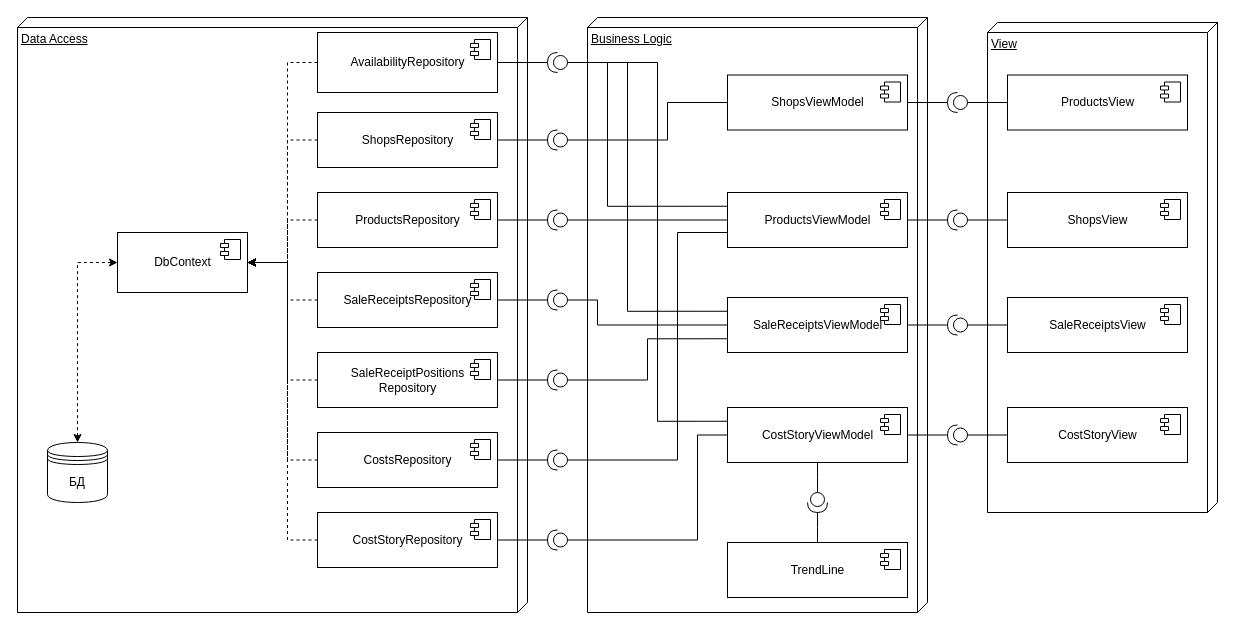
Above: docs/inc/img/Components.drawio in Yokud/DBCourseWork (draw.io), before the change. Source tidied: cells renumbered, new cells numbered last; positions are measured from the earlier drawing's top-left corner, leaving out a move shared by most shapes. Both pictures are drawn from the tidied source at 100%, with x=0, y=0 at pixel (17, 17).
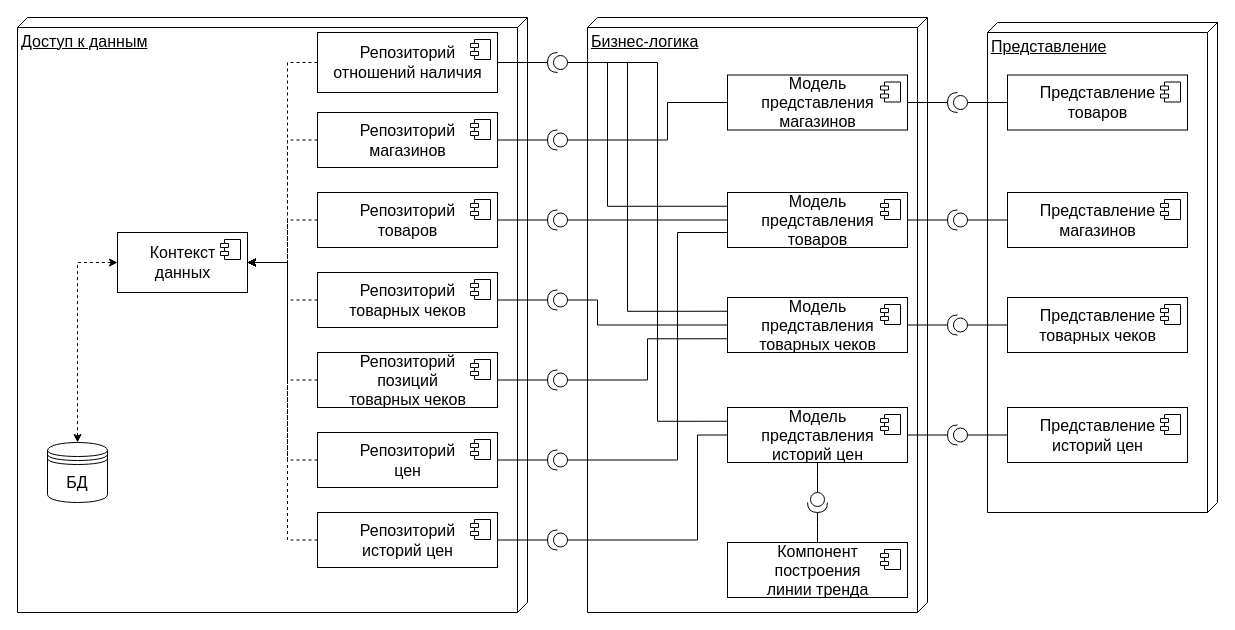
Above is the later version.

Diff of the diagram source:
```diff
@@
-    <mxCell id="2" value="Data Access" style="verticalAlign=top;align=left;spacingTop=8;spacingLeft=2;spacingRight=12;shape=cube;size=10;direction=south;fontStyle=4;html=1;" parent="1" vertex="1">
+    <mxCell id="2" value="&lt;font style=&quot;font-size: 16px;&quot;&gt;Доступ к данным&lt;/font&gt;" style="verticalAlign=top;align=left;spacingTop=8;spacingLeft=2;spacingRight=12;shape=cube;size=10;direction=south;fontStyle=4;html=1;" parent="1" vertex="1">
       <mxGeometry width="510" height="595" as="geometry" />
     </mxCell>
-    <mxCell id="3" value="Business Logic" style="verticalAlign=top;align=left;spacingTop=8;spacingLeft=2;spacingRight=12;shape=cube;size=10;direction=south;fontStyle=4;html=1;" parent="1" vertex="1">
+    <mxCell id="3" value="&lt;font style=&quot;font-size: 16px;&quot;&gt;Бизнес-логика&lt;/font&gt;" style="verticalAlign=top;align=left;spacingTop=8;spacingLeft=2;spacingRight=12;shape=cube;size=10;direction=south;fontStyle=4;html=1;" parent="1" vertex="1">
       <mxGeometry x="570" width="340" height="595" as="geometry" />
     </mxCell>
-    <mxCell id="4" value="View" style="verticalAlign=top;align=left;spacingTop=8;spacingLeft=2;spacingRight=12;shape=cube;size=10;direction=south;fontStyle=4;html=1;" parent="1" vertex="1">
+    <mxCell id="4" value="&lt;font style=&quot;font-size: 16px;&quot;&gt;Представление&lt;/font&gt;" style="verticalAlign=top;align=left;spacingTop=8;spacingLeft=2;spacingRight=12;shape=cube;size=10;direction=south;fontStyle=4;html=1;" parent="1" vertex="1">
       <mxGeometry x="970" y="5" width="230" height="490" as="geometry" />
     </mxCell>
@@
-    <mxCell id="6" value="БД" style="shape=datastore;whiteSpace=wrap;html=1;" parent="1" vertex="1">
+    <mxCell id="6" value="&lt;font style=&quot;font-size: 16px;&quot;&gt;БД&lt;/font&gt;" style="shape=datastore;whiteSpace=wrap;html=1;" parent="1" vertex="1">
       <mxGeometry x="30" y="425" width="60" height="60" as="geometry" />
     </mxCell>
@@
-    <mxCell id="12" value="DbContext" style="html=1;" parent="1" vertex="1">
+    <mxCell id="12" value="&lt;div style=&quot;&quot;&gt;&lt;span style=&quot;font-size: 16px; background-color: initial;&quot;&gt;Контекст&lt;/span&gt;&lt;/div&gt;&lt;div style=&quot;&quot;&gt;&lt;span style=&quot;font-size: 16px; background-color: initial;&quot;&gt;данных&lt;/span&gt;&lt;/div&gt;" style="html=1;align=center;" parent="1" vertex="1">
       <mxGeometry x="100" y="215" width="130" height="60" as="geometry" />
     </mxCell>
@@
-    <mxCell id="15" value="AvailabilityRepository" style="html=1;" parent="1" vertex="1">
+    <mxCell id="15" value="&lt;font style=&quot;font-size: 16px;&quot;&gt;Репозиторий&lt;br&gt;отношений наличия&lt;br&gt;&lt;/font&gt;" style="html=1;" parent="1" vertex="1">
       <mxGeometry x="300" y="15" width="180" height="60" as="geometry" />
     </mxCell>
@@
-    <mxCell id="18" value="ShopsRepository" style="html=1;" parent="1" vertex="1">
+    <mxCell id="18" value="&lt;font style=&quot;font-size: 16px;&quot;&gt;Репозиторий&lt;br&gt;магазинов&lt;/font&gt;" style="html=1;" parent="1" vertex="1">
       <mxGeometry x="300" y="95" width="180" height="55" as="geometry" />
     </mxCell>
@@
-    <mxCell id="21" value="SaleReceiptPositions&lt;br&gt;Repository" style="html=1;" parent="1" vertex="1">
+    <mxCell id="21" value="&lt;span style=&quot;font-size: 16px;&quot;&gt;Репозиторий&lt;br&gt;позиций &lt;br&gt;товарных чеков&lt;/span&gt;" style="html=1;" parent="1" vertex="1">
       <mxGeometry x="300" y="335" width="180" height="55" as="geometry" />
     </mxCell>
@@
-    <mxCell id="24" value="ProductsRepository" style="html=1;" parent="1" vertex="1">
+    <mxCell id="24" value="&lt;font style=&quot;font-size: 16px;&quot;&gt;Репозиторий&lt;br&gt;товаров&lt;br&gt;&lt;/font&gt;" style="html=1;" parent="1" vertex="1">
       <mxGeometry x="300" y="175" width="180" height="55" as="geometry" />
     </mxCell>
@@
-    <mxCell id="27" value="CostsRepository" style="html=1;" parent="1" vertex="1">
+    <mxCell id="27" value="&lt;font style=&quot;font-size: 16px;&quot;&gt;Репозиторий&lt;br&gt;цен&lt;br&gt;&lt;/font&gt;" style="html=1;" parent="1" vertex="1">
       <mxGeometry x="300" y="415" width="180" height="55" as="geometry" />
     </mxCell>
@@
-    <mxCell id="30" value="CostStoryRepository" style="html=1;" parent="1" vertex="1">
+    <mxCell id="30" value="&lt;font style=&quot;font-size: 16px;&quot;&gt;Репозиторий&lt;br&gt;историй цен&lt;br&gt;&lt;/font&gt;" style="html=1;" parent="1" vertex="1">
       <mxGeometry x="300" y="495" width="180" height="55" as="geometry" />
     </mxCell>
@@
-    <mxCell id="33" value="SaleReceiptsRepository" style="html=1;" parent="1" vertex="1">
+    <mxCell id="33" value="&lt;span style=&quot;font-size: 16px;&quot;&gt;Репозиторий&lt;br&gt;товарных чеков&lt;br&gt;&lt;/span&gt;" style="html=1;" parent="1" vertex="1">
       <mxGeometry x="300" y="255" width="180" height="55" as="geometry" />
     </mxCell>
@@
-    <mxCell id="35" value="ProductsViewModel" style="html=1;" parent="1" vertex="1">
+    <mxCell id="35" value="&lt;font style=&quot;font-size: 16px;&quot;&gt;Модель&lt;br&gt;представления&lt;br&gt;товаров&lt;br&gt;&lt;/font&gt;" style="html=1;" parent="1" vertex="1">
       <mxGeometry x="710" y="175" width="180" height="55" as="geometry" />
     </mxCell>
@@
-    <mxCell id="37" value="ProductsView" style="html=1;" parent="1" vertex="1">
+    <mxCell id="37" value="&lt;font style=&quot;font-size: 16px;&quot;&gt;Представление&lt;br&gt;товаров&lt;/font&gt;" style="html=1;" parent="1" vertex="1">
       <mxGeometry x="990" y="57.5" width="180" height="55" as="geometry" />
     </mxCell>
@@
-    <mxCell id="39" value="ShopsViewModel" style="html=1;" parent="1" vertex="1">
+    <mxCell id="39" value="&lt;font style=&quot;font-size: 16px;&quot;&gt;Модель&lt;br&gt;представления&lt;br&gt;магазинов&lt;br&gt;&lt;/font&gt;" style="html=1;" parent="1" vertex="1">
       <mxGeometry x="710" y="57.5" width="180" height="55" as="geometry" />
     </mxCell>
@@
-    <mxCell id="41" value="SaleReceiptsViewModel" style="html=1;" parent="1" vertex="1">
+    <mxCell id="41" value="&lt;span style=&quot;font-size: 16px;&quot;&gt;Модель&lt;br&gt;представления&lt;br&gt;товарных чеков&lt;br&gt;&lt;/span&gt;" style="html=1;" parent="1" vertex="1">
       <mxGeometry x="710" y="280" width="180" height="55" as="geometry" />
     </mxCell>
@@
-    <mxCell id="43" value="CostStoryViewModel" style="html=1;" parent="1" vertex="1">
+    <mxCell id="43" value="&lt;font style=&quot;font-size: 16px;&quot;&gt;Модель&lt;br&gt;представления&lt;br&gt;историй цен&lt;br&gt;&lt;/font&gt;" style="html=1;" parent="1" vertex="1">
       <mxGeometry x="710" y="390" width="180" height="55" as="geometry" />
     </mxCell>
@@
-    <mxCell id="63" value="ShopsView" style="html=1;" parent="1" vertex="1">
+    <mxCell id="63" value="&lt;font style=&quot;font-size: 16px;&quot;&gt;Представление &lt;br&gt;магазинов&lt;/font&gt;" style="html=1;" parent="1" vertex="1">
       <mxGeometry x="990" y="175" width="180" height="55" as="geometry" />
     </mxCell>
@@
-    <mxCell id="65" value="SaleReceiptsView" style="html=1;" parent="1" vertex="1">
+    <mxCell id="65" value="&lt;font style=&quot;font-size: 16px;&quot;&gt;Представление&lt;br&gt;товарных чеков&lt;br&gt;&lt;/font&gt;" style="html=1;" parent="1" vertex="1">
       <mxGeometry x="990" y="280" width="180" height="55" as="geometry" />
     </mxCell>
@@
-    <mxCell id="67" value="CostStoryView" style="html=1;" parent="1" vertex="1">
+    <mxCell id="67" value="&lt;font style=&quot;font-size: 16px;&quot;&gt;Представление&lt;br&gt;историй цен&lt;/font&gt;" style="html=1;" parent="1" vertex="1">
       <mxGeometry x="990" y="390" width="180" height="55" as="geometry" />
     </mxCell>
@@
-    <mxCell id="69" value="TrendLine" style="html=1;" parent="1" vertex="1">
+    <mxCell id="69" value="&lt;font style=&quot;font-size: 16px;&quot;&gt;Компонент &lt;br&gt;построения &lt;br&gt;линии тренда&lt;/font&gt;" style="html=1;" parent="1" vertex="1">
       <mxGeometry x="710" y="525" width="180" height="55" as="geometry" />
     </mxCell>
```
